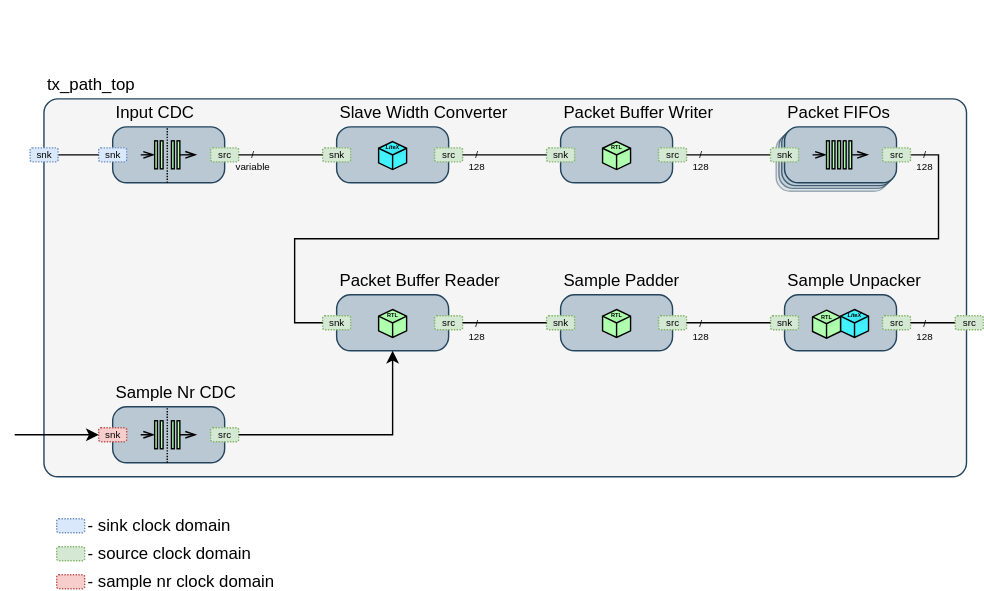
Above: docs/docs/tx_path_top/tx_path_top.drawio.svg in myriadrf/LimeDFB (draw.io), before the change. Source tidied: cells renumbered, new cells last; positions are measured from the earlier drawing's top-left corner, leaving out a move shared by most shapes.
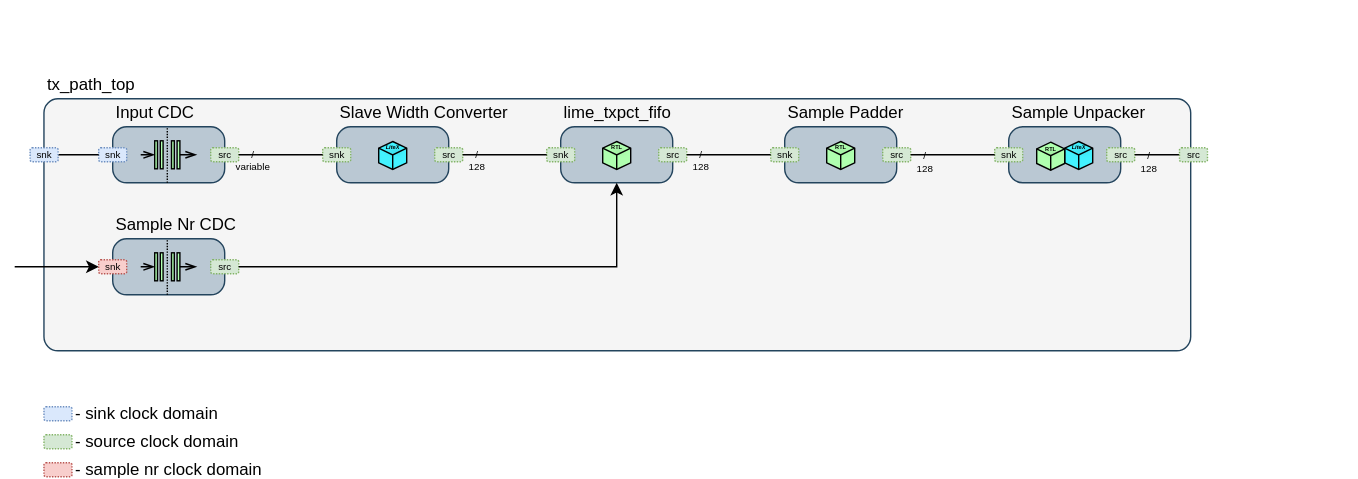
The same diagram one commit later.

Commit message:
tx_path_top: updated docs with lime_txpct_fifo module rework

The edit, as a diff of the source:
```diff
@@ -5,6 +5,6 @@
     <mxCell id="2" style="group;" parent="1" vertex="1">
-      <mxGeometry width="690" height="340" as="geometry" />
+      <mxGeometry width="970" height="340" as="geometry" />
     </mxCell>
     <mxCell id="3" style="html=1;whiteSpace=wrap;fillColor=#F5F5F5;shape=mxgraph.archimate3.application;appType=generic;archiType=rounded;strokeColor=#23445d;" parent="2" vertex="1">
-      <mxGeometry x="30.9" y="70" width="659.1" height="270" as="geometry" />
+      <mxGeometry x="30.9" y="70" width="819.1" height="180" as="geometry" />
     </mxCell>
@@ -13,2 +13,72 @@
     </mxCell>
+    <mxCell id="58" style="group;" parent="2" vertex="1">
+      <mxGeometry x="80" y="150" width="90" height="60" as="geometry" />
+    </mxCell>
+    <mxCell id="59" style="html=1;whiteSpace=wrap;fillColor=#bac8d3;shape=mxgraph.archimate3.application;appType=generic;archiType=rounded;strokeColor=#23445d;" parent="58" vertex="1">
+      <mxGeometry y="20" width="80" height="40" as="geometry" />
+    </mxCell>
+    <mxCell id="60" value="Sample Nr CDC" style="text;strokeColor=none;align=left;fillColor=none;html=1;verticalAlign=middle;whiteSpace=wrap;rounded=0;" parent="58" vertex="1">
+      <mxGeometry width="90" height="20" as="geometry" />
+    </mxCell>
+    <mxCell id="61" style="group;" parent="58" vertex="1">
+      <mxGeometry x="20" y="20" width="40" height="40" as="geometry" />
+    </mxCell>
+    <mxCell id="62" style="rounded=0;whiteSpace=wrap;html=1;fillColor=light-dark(#AFFFAF,#000000);fillStyle=solid;" parent="61" vertex="1">
+      <mxGeometry x="10" y="10" width="2" height="20" as="geometry" />
+    </mxCell>
+    <mxCell id="63" style="rounded=0;whiteSpace=wrap;html=1;fillColor=light-dark(#AFFFAF,#000000);fillStyle=solid;" parent="61" vertex="1">
+      <mxGeometry x="22" y="10" width="2" height="20" as="geometry" />
+    </mxCell>
+    <mxCell id="64" style="rounded=0;whiteSpace=wrap;html=1;fillColor=light-dark(#AFFFAF,#000000);fillStyle=solid;" parent="61" vertex="1">
+      <mxGeometry x="26" y="10" width="2" height="20" as="geometry" />
+    </mxCell>
+    <mxCell id="65" style="rounded=0;whiteSpace=wrap;html=1;fillColor=light-dark(#AFFFAF,#000000);fillStyle=solid;" parent="61" vertex="1">
+      <mxGeometry x="14" y="10" width="2" height="20" as="geometry" />
+    </mxCell>
+    <mxCell id="66" style="endArrow=openThin;html=1;rounded=0;entryX=0;entryY=0.5;entryDx=0;entryDy=0;endFill=0;" parent="61" edge="1">
+      <mxGeometry relative="1" as="geometry">
+        <mxPoint y="20" as="sourcePoint" />
+        <mxPoint x="10" y="19.9" as="targetPoint" />
+      </mxGeometry>
+    </mxCell>
+    <mxCell id="67" style="endArrow=openThin;html=1;rounded=0;entryX=0;entryY=0.5;entryDx=0;entryDy=0;endFill=0;exitX=1;exitY=0.5;exitDx=0;exitDy=0;" parent="61" edge="1" source="64">
+      <mxGeometry relative="1" as="geometry">
+        <mxPoint x="40" y="19.9" as="targetPoint" />
+      </mxGeometry>
+    </mxCell>
+    <mxCell id="68" style="endArrow=none;html=1;rounded=0;dashed=1;dashPattern=1 1;" parent="61" edge="1">
+      <mxGeometry relative="1" as="geometry">
+        <mxPoint x="19" y="40" as="sourcePoint" />
+        <mxPoint x="19" as="targetPoint" />
+      </mxGeometry>
+    </mxCell>
+    <mxCell id="69" value="src" style="rounded=1;whiteSpace=wrap;html=1;fillColor=#d5e8d4;strokeColor=#82b366;fontStyle=0;textShadow=0;dashed=1;dashPattern=1 1;fontSize=7;" parent="58" vertex="1">
+      <mxGeometry x="70" y="35" width="20" height="10" as="geometry" />
+    </mxCell>
+    <mxCell id="70" style="edgeStyle=orthogonalEdgeStyle;rounded=0;jettySize=auto;html=1;exitX=0;exitY=0.5;exitDx=0;exitDy=0;startArrow=classic;startFill=1;endArrow=none;endFill=0;" parent="58" edge="1" source="71">
+      <mxGeometry relative="1" as="geometry">
+        <mxPoint x="-70" y="40" as="targetPoint" />
+      </mxGeometry>
+    </mxCell>
+    <mxCell id="71" value="snk" style="rounded=1;whiteSpace=wrap;html=1;fillColor=#f8cecc;strokeColor=#b85450;fontStyle=0;textShadow=0;dashed=1;dashPattern=1 1;fontSize=7;" parent="58" vertex="1">
+      <mxGeometry x="-10" y="35" width="20" height="10" as="geometry" />
+    </mxCell>
+    <mxCell id="79" style="rounded=1;whiteSpace=wrap;html=1;fillColor=#dae8fc;strokeColor=#6c8ebf;fontStyle=0;textShadow=0;dashed=1;dashPattern=1 1;fontSize=7;" parent="2" vertex="1">
+      <mxGeometry x="30.9" y="290" width="20" height="10" as="geometry" />
+    </mxCell>
+    <mxCell id="80" style="rounded=1;whiteSpace=wrap;html=1;fillColor=#d5e8d4;strokeColor=#82b366;fontStyle=0;textShadow=0;dashed=1;dashPattern=1 1;fontSize=7;" parent="2" vertex="1">
+      <mxGeometry x="30.9" y="310" width="20" height="10" as="geometry" />
+    </mxCell>
+    <mxCell id="81" style="rounded=1;whiteSpace=wrap;html=1;fillColor=#f8cecc;strokeColor=#b85450;fontStyle=0;textShadow=0;dashed=1;dashPattern=1 1;fontSize=7;" parent="2" vertex="1">
+      <mxGeometry x="30.9" y="330" width="20" height="10" as="geometry" />
+    </mxCell>
+    <mxCell id="82" value="- sink clock domain" style="text;html=1;align=left;verticalAlign=middle;whiteSpace=wrap;rounded=0;" parent="2" vertex="1">
+      <mxGeometry x="50.9" y="290" width="120" height="10" as="geometry" />
+    </mxCell>
+    <mxCell id="83" value="- source clock domain" style="text;html=1;align=left;verticalAlign=middle;whiteSpace=wrap;rounded=0;" parent="2" vertex="1">
+      <mxGeometry x="50.9" y="310" width="120" height="10" as="geometry" />
+    </mxCell>
+    <mxCell id="84" value="- sample nr clock domain" style="text;html=1;align=left;verticalAlign=middle;whiteSpace=wrap;rounded=0;" parent="2" vertex="1">
+      <mxGeometry x="50.9" y="330" width="140" height="10" as="geometry" />
+    </mxCell>
     <mxCell id="5" style="group;" parent="1" vertex="1">
@@ -90,3 +160,3 @@
     </mxCell>
-    <mxCell id="28" value="Packet Buffer Writer" style="text;strokeColor=none;align=left;fillColor=none;html=1;verticalAlign=middle;whiteSpace=wrap;rounded=0;" parent="26" vertex="1">
+    <mxCell id="28" value="lime_txpct_fifo" style="text;strokeColor=none;align=left;fillColor=none;html=1;verticalAlign=middle;whiteSpace=wrap;rounded=0;" parent="26" vertex="1">
       <mxGeometry width="110" height="20" as="geometry" />
@@ -108,28 +178,4 @@
     </mxCell>
-    <mxCell id="34" style="group;" parent="1" vertex="1">
-      <mxGeometry x="240" y="190" width="120" height="60" as="geometry" />
-    </mxCell>
-    <mxCell id="35" style="html=1;outlineConnect=0;whiteSpace=wrap;fillColor=#bac8d3;shape=mxgraph.archimate3.application;appType=generic;archiType=rounded;strokeColor=#23445d;" parent="34" vertex="1">
-      <mxGeometry y="20" width="80" height="40" as="geometry" />
-    </mxCell>
-    <mxCell id="36" value="Packet Buffer Reader" style="text;strokeColor=none;align=left;fillColor=none;html=1;verticalAlign=middle;whiteSpace=wrap;rounded=0;" parent="34" vertex="1">
-      <mxGeometry width="120" height="20" as="geometry" />
-    </mxCell>
-    <mxCell id="37" style="group;" parent="34" vertex="1">
-      <mxGeometry x="30" y="29.5" width="20" height="21" as="geometry" />
-    </mxCell>
-    <mxCell id="38" style="html=1;shape=mxgraph.basic.isocube;isoAngle=15;fillColor=light-dark(#AFFFAF,#000000);" parent="37" vertex="1">
-      <mxGeometry y="1" width="20" height="20" as="geometry" />
-    </mxCell>
-    <mxCell id="39" value="&lt;font&gt;RTL&lt;/font&gt;" style="text;strokeColor=none;align=left;fillColor=none;html=1;verticalAlign=middle;whiteSpace=wrap;rounded=0;fontSize=4;fontStyle=1;textShadow=1;labelBorderColor=none;labelBackgroundColor=none;" parent="37" vertex="1">
-      <mxGeometry x="4" width="14" height="11" as="geometry" />
-    </mxCell>
-    <mxCell id="40" value="snk" style="rounded=1;whiteSpace=wrap;html=1;fillColor=#d5e8d4;strokeColor=#82b366;fontStyle=0;textShadow=0;dashed=1;dashPattern=1 1;fontSize=7;" parent="34" vertex="1">
-      <mxGeometry x="-10" y="35" width="20" height="10" as="geometry" />
-    </mxCell>
-    <mxCell id="41" value="src" style="rounded=1;whiteSpace=wrap;html=1;fillColor=#d5e8d4;strokeColor=#82b366;fontStyle=0;textShadow=0;dashed=1;dashPattern=1 1;fontSize=7;" parent="34" vertex="1">
-      <mxGeometry x="70" y="35" width="20" height="10" as="geometry" />
-    </mxCell>
     <mxCell id="42" style="group;" parent="1" vertex="1">
-      <mxGeometry x="400" y="190" width="90" height="60" as="geometry" />
+      <mxGeometry x="560" y="70" width="90" height="60" as="geometry" />
     </mxCell>
@@ -157,3 +203,3 @@
     <mxCell id="50" style="group;" parent="1" vertex="1">
-      <mxGeometry x="560" y="190" width="100" height="60" as="geometry" />
+      <mxGeometry x="720" y="70" width="100" height="60" as="geometry" />
     </mxCell>
@@ -180,54 +226,2 @@
     </mxCell>
-    <mxCell id="58" style="group;" parent="1" vertex="1">
-      <mxGeometry x="80" y="270" width="90" height="60" as="geometry" />
-    </mxCell>
-    <mxCell id="59" style="html=1;whiteSpace=wrap;fillColor=#bac8d3;shape=mxgraph.archimate3.application;appType=generic;archiType=rounded;strokeColor=#23445d;" parent="58" vertex="1">
-      <mxGeometry y="20" width="80" height="40" as="geometry" />
-    </mxCell>
-    <mxCell id="60" value="Sample Nr CDC" style="text;strokeColor=none;align=left;fillColor=none;html=1;verticalAlign=middle;whiteSpace=wrap;rounded=0;" parent="58" vertex="1">
-      <mxGeometry width="90" height="20" as="geometry" />
-    </mxCell>
-    <mxCell id="61" style="group;" parent="58" vertex="1">
-      <mxGeometry x="20" y="20" width="40" height="40" as="geometry" />
-    </mxCell>
-    <mxCell id="62" style="rounded=0;whiteSpace=wrap;html=1;fillColor=light-dark(#AFFFAF,#000000);fillStyle=solid;" parent="61" vertex="1">
-      <mxGeometry x="10" y="10" width="2" height="20" as="geometry" />
-    </mxCell>
-    <mxCell id="63" style="rounded=0;whiteSpace=wrap;html=1;fillColor=light-dark(#AFFFAF,#000000);fillStyle=solid;" parent="61" vertex="1">
-      <mxGeometry x="22" y="10" width="2" height="20" as="geometry" />
-    </mxCell>
-    <mxCell id="64" style="rounded=0;whiteSpace=wrap;html=1;fillColor=light-dark(#AFFFAF,#000000);fillStyle=solid;" parent="61" vertex="1">
-      <mxGeometry x="26" y="10" width="2" height="20" as="geometry" />
-    </mxCell>
-    <mxCell id="65" style="rounded=0;whiteSpace=wrap;html=1;fillColor=light-dark(#AFFFAF,#000000);fillStyle=solid;" parent="61" vertex="1">
-      <mxGeometry x="14" y="10" width="2" height="20" as="geometry" />
-    </mxCell>
-    <mxCell id="66" style="endArrow=openThin;html=1;rounded=0;entryX=0;entryY=0.5;entryDx=0;entryDy=0;endFill=0;" parent="61" edge="1">
-      <mxGeometry relative="1" as="geometry">
-        <mxPoint y="20" as="sourcePoint" />
-        <mxPoint x="10" y="19.9" as="targetPoint" />
-      </mxGeometry>
-    </mxCell>
-    <mxCell id="67" style="endArrow=openThin;html=1;rounded=0;entryX=0;entryY=0.5;entryDx=0;entryDy=0;endFill=0;exitX=1;exitY=0.5;exitDx=0;exitDy=0;" parent="61" edge="1" source="64">
-      <mxGeometry relative="1" as="geometry">
-        <mxPoint x="40" y="19.9" as="targetPoint" />
-      </mxGeometry>
-    </mxCell>
-    <mxCell id="68" style="endArrow=none;html=1;rounded=0;dashed=1;dashPattern=1 1;" parent="61" edge="1">
-      <mxGeometry relative="1" as="geometry">
-        <mxPoint x="19" y="40" as="sourcePoint" />
-        <mxPoint x="19" as="targetPoint" />
-      </mxGeometry>
-    </mxCell>
-    <mxCell id="69" value="src" style="rounded=1;whiteSpace=wrap;html=1;fillColor=#d5e8d4;strokeColor=#82b366;fontStyle=0;textShadow=0;dashed=1;dashPattern=1 1;fontSize=7;" parent="58" vertex="1">
-      <mxGeometry x="70" y="35" width="20" height="10" as="geometry" />
-    </mxCell>
-    <mxCell id="70" style="edgeStyle=orthogonalEdgeStyle;rounded=0;jettySize=auto;html=1;exitX=0;exitY=0.5;exitDx=0;exitDy=0;startArrow=classic;startFill=1;endArrow=none;endFill=0;" parent="58" edge="1" source="71">
-      <mxGeometry relative="1" as="geometry">
-        <mxPoint x="-70" y="40" as="targetPoint" />
-      </mxGeometry>
-    </mxCell>
-    <mxCell id="71" value="snk" style="rounded=1;whiteSpace=wrap;html=1;fillColor=#f8cecc;strokeColor=#b85450;fontStyle=0;textShadow=0;dashed=1;dashPattern=1 1;fontSize=7;" parent="58" vertex="1">
-      <mxGeometry x="-10" y="35" width="20" height="10" as="geometry" />
-    </mxCell>
     <mxCell id="72" style="edgeStyle=orthogonalEdgeStyle;rounded=0;jettySize=auto;html=1;entryX=0;entryY=0.5;entryDx=0;entryDy=0;endArrow=none;endFill=0;" parent="1" edge="1" source="16" target="24">
@@ -238,11 +232,7 @@
     </mxCell>
-    <mxCell id="74" style="edgeStyle=orthogonalEdgeStyle;rounded=0;jettySize=auto;html=1;entryX=0;entryY=0.5;entryDx=0;entryDy=0;endArrow=none;endFill=0;" parent="1" edge="1" source="33" target="101">
-      <mxGeometry relative="1" as="geometry" />
+    <mxCell id="74" style="edgeStyle=orthogonalEdgeStyle;rounded=0;jettySize=auto;html=1;entryX=0;entryY=0.5;entryDx=0;entryDy=0;endArrow=none;endFill=0;" parent="1" edge="1" source="33">
+      <mxGeometry relative="1" as="geometry">
+        <mxPoint x="550" y="110" as="targetPoint" />
+      </mxGeometry>
     </mxCell>
-    <mxCell id="75" style="edgeStyle=orthogonalEdgeStyle;rounded=0;jettySize=auto;html=1;exitX=1;exitY=0.5;exitDx=0;exitDy=0;entryX=0;entryY=0.5;entryDx=0;entryDy=0;endArrow=none;endFill=0;" parent="1" edge="1" source="102" target="40">
-      <mxGeometry relative="1" as="geometry" />
-    </mxCell>
-    <mxCell id="76" style="edgeStyle=orthogonalEdgeStyle;rounded=0;jettySize=auto;html=1;entryX=0;entryY=0.5;entryDx=0;entryDy=0;endArrow=none;endFill=0;" parent="1" edge="1" source="41" target="48">
-      <mxGeometry relative="1" as="geometry" />
-    </mxCell>
     <mxCell id="77" style="edgeStyle=orthogonalEdgeStyle;rounded=0;jettySize=auto;html=1;entryX=0;entryY=0.5;entryDx=0;entryDy=0;endArrow=none;endFill=0;" parent="1" edge="1" source="49" target="53">
@@ -250,82 +240,2 @@
     </mxCell>
-    <mxCell id="78" style="edgeStyle=orthogonalEdgeStyle;rounded=0;jettySize=auto;html=1;entryX=0.5;entryY=1;entryDx=0;entryDy=0;entryPerimeter=0;" parent="1" edge="1" source="69" target="35">
-      <mxGeometry relative="1" as="geometry" />
-    </mxCell>
-    <mxCell id="79" style="rounded=1;whiteSpace=wrap;html=1;fillColor=#dae8fc;strokeColor=#6c8ebf;fontStyle=0;textShadow=0;dashed=1;dashPattern=1 1;fontSize=7;" parent="1" vertex="1">
-      <mxGeometry x="40" y="370" width="20" height="10" as="geometry" />
-    </mxCell>
-    <mxCell id="80" style="rounded=1;whiteSpace=wrap;html=1;fillColor=#d5e8d4;strokeColor=#82b366;fontStyle=0;textShadow=0;dashed=1;dashPattern=1 1;fontSize=7;" parent="1" vertex="1">
-      <mxGeometry x="40" y="390" width="20" height="10" as="geometry" />
-    </mxCell>
-    <mxCell id="81" style="rounded=1;whiteSpace=wrap;html=1;fillColor=#f8cecc;strokeColor=#b85450;fontStyle=0;textShadow=0;dashed=1;dashPattern=1 1;fontSize=7;" parent="1" vertex="1">
-      <mxGeometry x="40" y="410" width="20" height="10" as="geometry" />
-    </mxCell>
-    <mxCell id="82" value="- sink clock domain" style="text;html=1;align=left;verticalAlign=middle;whiteSpace=wrap;rounded=0;" parent="1" vertex="1">
-      <mxGeometry x="60" y="370" width="120" height="10" as="geometry" />
-    </mxCell>
-    <mxCell id="83" value="- source clock domain" style="text;html=1;align=left;verticalAlign=middle;whiteSpace=wrap;rounded=0;" parent="1" vertex="1">
-      <mxGeometry x="60" y="390" width="120" height="10" as="geometry" />
-    </mxCell>
-    <mxCell id="84" value="- sample nr clock domain" style="text;html=1;align=left;verticalAlign=middle;whiteSpace=wrap;rounded=0;" parent="1" vertex="1">
-      <mxGeometry x="60" y="410" width="140" height="10" as="geometry" />
-    </mxCell>
-    <mxCell id="85" style="group;" parent="1" vertex="1">
-      <mxGeometry x="554" y="70" width="96" height="66" as="geometry" />
-    </mxCell>
-    <mxCell id="86" style="group;" parent="85" vertex="1">
-      <mxGeometry y="22" width="84" height="44" as="geometry" />
-    </mxCell>
-    <mxCell id="87" style="html=1;whiteSpace=wrap;fillColor=#bac8d3;shape=mxgraph.archimate3.application;appType=generic;archiType=rounded;strokeColor=#23445d;opacity=40;" parent="86" vertex="1">
-      <mxGeometry y="4" width="80" height="40" as="geometry" />
-    </mxCell>
-    <mxCell id="88" style="html=1;whiteSpace=wrap;fillColor=#bac8d3;shape=mxgraph.archimate3.application;appType=generic;archiType=rounded;strokeColor=#23445d;opacity=60;" parent="86" vertex="1">
-      <mxGeometry x="2" y="2" width="80" height="40" as="geometry" />
-    </mxCell>
-    <mxCell id="89" style="html=1;whiteSpace=wrap;fillColor=#bac8d3;shape=mxgraph.archimate3.application;appType=generic;archiType=rounded;strokeColor=#23445d;opacity=80;" parent="86" vertex="1">
-      <mxGeometry x="4" width="80" height="40" as="geometry" />
-    </mxCell>
-    <mxCell id="90" style="group;" parent="85" vertex="1">
-      <mxGeometry x="6" width="90" height="60" as="geometry" />
-    </mxCell>
-    <mxCell id="91" style="html=1;whiteSpace=wrap;fillColor=#bac8d3;shape=mxgraph.archimate3.application;appType=generic;archiType=rounded;strokeColor=#23445d;" parent="90" vertex="1">
-      <mxGeometry y="20" width="80" height="40" as="geometry" />
-    </mxCell>
-    <mxCell id="92" value="Packet FIFOs" style="text;strokeColor=none;align=left;fillColor=none;html=1;verticalAlign=middle;whiteSpace=wrap;rounded=0;" parent="90" vertex="1">
-      <mxGeometry width="80" height="20" as="geometry" />
-    </mxCell>
-    <mxCell id="93" style="group;" parent="90" vertex="1">
-      <mxGeometry x="20" y="30" width="40" height="20" as="geometry" />
-    </mxCell>
-    <mxCell id="94" style="rounded=0;whiteSpace=wrap;html=1;fillColor=light-dark(#AFFFAF,#000000);fillStyle=solid;" parent="93" vertex="1">
-      <mxGeometry x="10" width="2" height="20" as="geometry" />
-    </mxCell>
-    <mxCell id="95" style="rounded=0;whiteSpace=wrap;html=1;fillColor=light-dark(#AFFFAF,#000000);fillStyle=solid;" parent="93" vertex="1">
-      <mxGeometry x="18" width="2" height="20" as="geometry" />
-    </mxCell>
-    <mxCell id="96" style="rounded=0;whiteSpace=wrap;html=1;fillColor=light-dark(#AFFFAF,#000000);fillStyle=solid;" parent="93" vertex="1">
-      <mxGeometry x="22" width="2" height="20" as="geometry" />
-    </mxCell>
-    <mxCell id="97" style="rounded=0;whiteSpace=wrap;html=1;fillColor=light-dark(#AFFFAF,#000000);fillStyle=solid;" parent="93" vertex="1">
-      <mxGeometry x="26" width="2" height="20" as="geometry" />
-    </mxCell>
-    <mxCell id="98" style="rounded=0;whiteSpace=wrap;html=1;fillColor=light-dark(#AFFFAF,#000000);fillStyle=solid;" parent="93" vertex="1">
-      <mxGeometry x="14" width="2" height="20" as="geometry" />
-    </mxCell>
-    <mxCell id="99" style="endArrow=openThin;html=1;rounded=0;entryX=0;entryY=0.5;entryDx=0;entryDy=0;endFill=0;" parent="93" edge="1">
-      <mxGeometry relative="1" as="geometry">
-        <mxPoint y="10" as="sourcePoint" />
-        <mxPoint x="10" y="9.9" as="targetPoint" />
-      </mxGeometry>
-    </mxCell>
-    <mxCell id="100" style="endArrow=openThin;html=1;rounded=0;entryX=0;entryY=0.5;entryDx=0;entryDy=0;endFill=0;exitX=1;exitY=0.5;exitDx=0;exitDy=0;" parent="93" edge="1" source="97">
-      <mxGeometry relative="1" as="geometry">
-        <mxPoint x="40" y="9.9" as="targetPoint" />
-      </mxGeometry>
-    </mxCell>
-    <mxCell id="101" value="snk" style="rounded=1;whiteSpace=wrap;html=1;fillColor=#d5e8d4;strokeColor=#82b366;fontStyle=0;textShadow=0;dashed=1;dashPattern=1 1;fontSize=7;" parent="90" vertex="1">
-      <mxGeometry x="-10" y="35" width="20" height="10" as="geometry" />
-    </mxCell>
-    <mxCell id="102" value="src" style="rounded=1;whiteSpace=wrap;html=1;fillColor=#d5e8d4;strokeColor=#82b366;fontStyle=0;textShadow=0;dashed=1;dashPattern=1 1;fontSize=7;" parent="90" vertex="1">
-      <mxGeometry x="70" y="35" width="20" height="10" as="geometry" />
-    </mxCell>
     <mxCell id="103" value="/&lt;div&gt;variable&lt;/div&gt;" style="text;strokeColor=none;align=center;fillColor=none;html=1;verticalAlign=middle;whiteSpace=wrap;rounded=0;fontSize=7;" parent="1" vertex="1">
@@ -339,13 +249,7 @@
     </mxCell>
-    <mxCell id="106" value="/&lt;div&gt;128&lt;/div&gt;" style="text;strokeColor=none;align=center;fillColor=none;html=1;verticalAlign=middle;whiteSpace=wrap;rounded=0;fontSize=7;" parent="1" vertex="1">
-      <mxGeometry x="650" y="104" width="20" height="20" as="geometry" />
-    </mxCell>
-    <mxCell id="107" value="/&lt;div&gt;128&lt;/div&gt;" style="text;strokeColor=none;align=center;fillColor=none;html=1;verticalAlign=middle;whiteSpace=wrap;rounded=0;fontSize=7;" parent="1" vertex="1">
-      <mxGeometry x="330" y="225" width="20" height="20" as="geometry" />
-    </mxCell>
     <mxCell id="108" value="/&lt;div&gt;128&lt;/div&gt;" style="text;strokeColor=none;align=center;fillColor=none;html=1;verticalAlign=middle;whiteSpace=wrap;rounded=0;fontSize=7;" parent="1" vertex="1">
-      <mxGeometry x="490" y="225" width="20" height="20" as="geometry" />
+      <mxGeometry x="650" y="105" width="20" height="20" as="geometry" />
     </mxCell>
     <mxCell id="109" value="/&lt;div&gt;128&lt;/div&gt;" style="text;strokeColor=none;align=center;fillColor=none;html=1;verticalAlign=middle;whiteSpace=wrap;rounded=0;fontSize=7;" parent="1" vertex="1">
-      <mxGeometry x="650" y="225" width="20" height="20" as="geometry" />
+      <mxGeometry x="810" y="105" width="20" height="20" as="geometry" />
     </mxCell>
@@ -360,4 +264,4 @@
         <Array as="points">
-          <mxPoint x="650" y="230" />
-          <mxPoint x="650" y="230" />
+          <mxPoint x="810" y="110" />
+          <mxPoint x="810" y="110" />
         </Array>
@@ -366,6 +270,6 @@
     <mxCell id="113" value="src" style="rounded=1;whiteSpace=wrap;html=1;fillColor=#d5e8d4;strokeColor=#82b366;fontStyle=0;textShadow=0;dashed=1;dashPattern=1 1;fontSize=7;" parent="1" vertex="1">
-      <mxGeometry x="682" y="225" width="20" height="10" as="geometry" />
+      <mxGeometry x="842" y="105" width="20" height="10" as="geometry" />
     </mxCell>
     <mxCell id="114" style="group;" parent="1" vertex="1">
-      <mxGeometry x="580" y="220" width="20" height="21" as="geometry" />
+      <mxGeometry x="740" y="100" width="20" height="21" as="geometry" />
     </mxCell>
@@ -377,2 +281,9 @@
     </mxCell>
+    <mxCell id="78" style="edgeStyle=orthogonalEdgeStyle;rounded=0;jettySize=auto;html=1;entryX=0.5;entryY=1;entryDx=0;entryDy=0;entryPerimeter=0;" parent="1" edge="1" source="69" target="27">
+      <mxGeometry relative="1" as="geometry">
+        <Array as="points">
+          <mxPoint x="440" y="190" />
+        </Array>
+      </mxGeometry>
+    </mxCell>
   </root>
```
